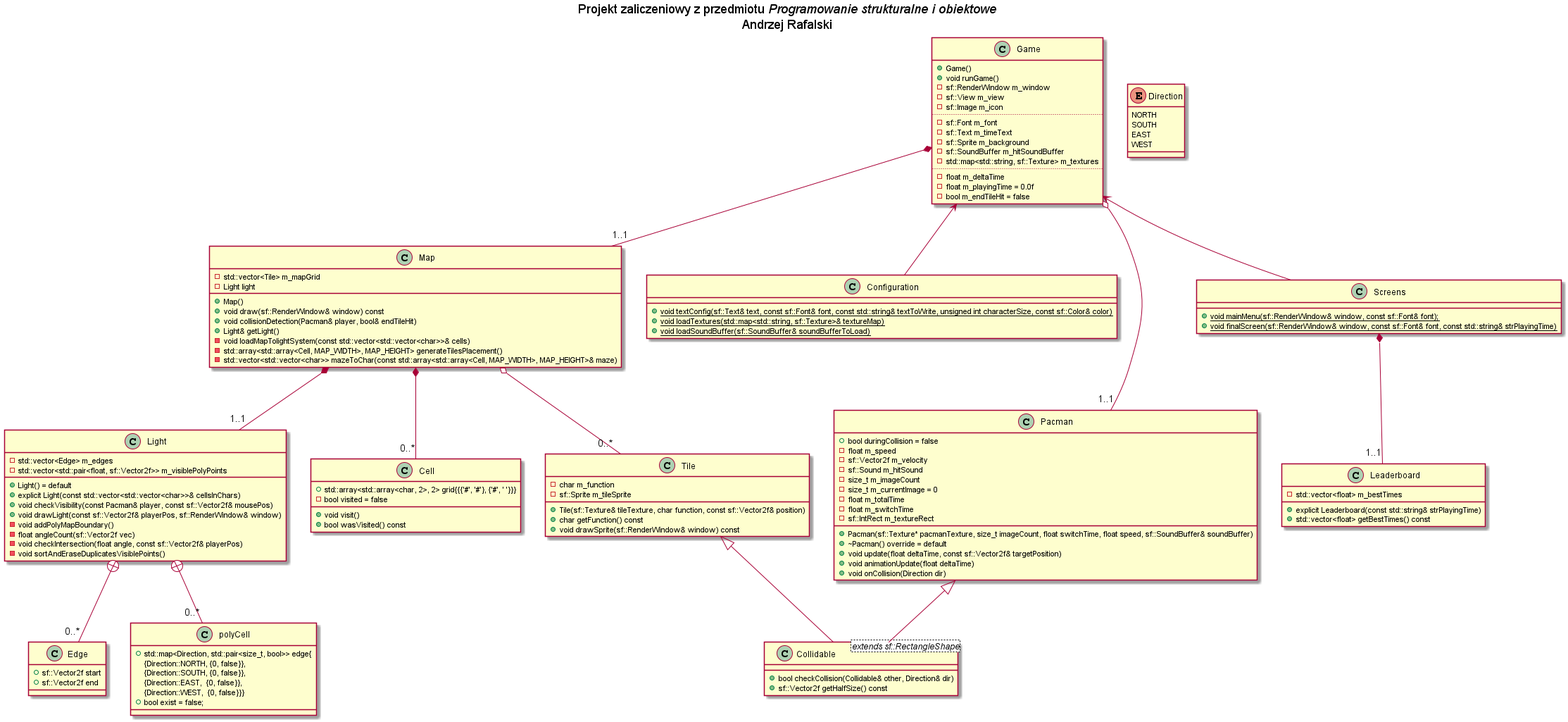
arafalski/Projekt-PSiO keeps this PlantUML diagram as uml/Projekt PSiO.png. Above is the earlier version.
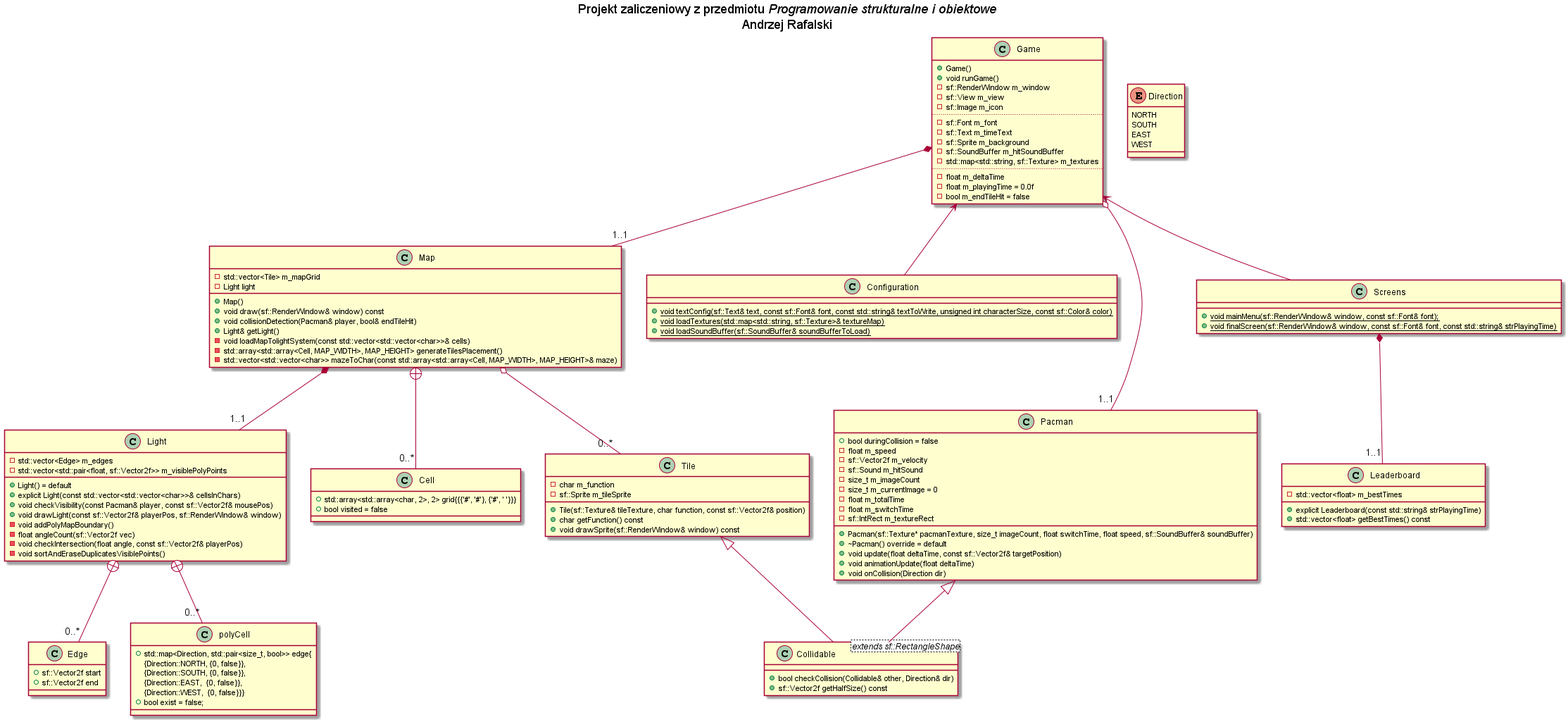
Later version of the same file.

Change to the diagram source:
```diff
@@ -64,9 +64,7 @@
 
 class Cell {
     +std::array<std::array<char, 2>, 2> grid{{{'#', '#'}, {'#', ' '}}}
-    +void visit()
-    +bool wasVisited() const
-    -bool visited = false
+    +bool visited = false
 }
 
 class Collidable <extends sf::RectangleShape> {
@@ -129,7 +127,7 @@
 Game <-- Screens
 
 Map *-- "1..1" Light
-Map *-- "0..*" Cell
+Map +-- "0..*" Cell
 Map o-- "0..*" Tile
 
 Light +-- "0..*" polyCell
```
